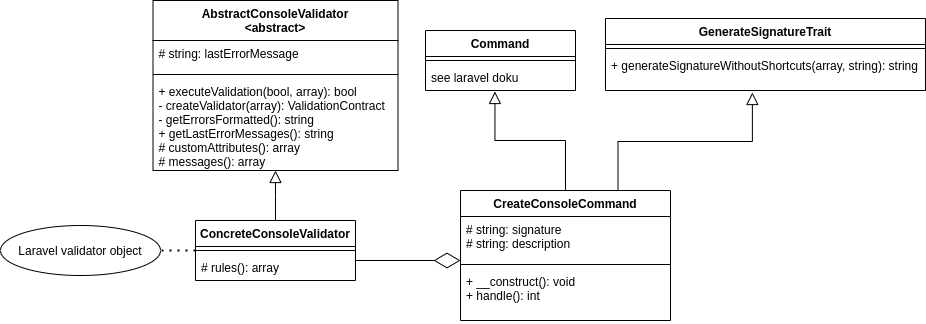
Above: images/class_diagram_accurately.png in wtl-oss/os-commandline-validation (draw.io), before the change. Source tidied: cells renumbered, new cells last; positions are measured from the earlier drawing's top-left corner, leaving out a move shared by most shapes. Its diagram source:
```xml
<mxGraphModel>
  <root>
    <mxCell id="0" />
    <mxCell id="1" parent="0" />
    <mxCell id="2" value="AbstractConsoleValidator&#10;&lt;abstract&gt;" style="swimlane;fontStyle=1;align=center;verticalAlign=top;horizontal=1;startSize=40;" parent="1" vertex="1">
      <mxGeometry x="152.5" width="245" height="170" as="geometry" />
    </mxCell>
    <mxCell id="3" value="# string: lastErrorMessage" style="text;strokeColor=none;fillColor=none;align=left;verticalAlign=top;spacingLeft=4;spacingRight=4;overflow=hidden;" parent="2" vertex="1">
      <mxGeometry y="40" width="245" height="30" as="geometry" />
    </mxCell>
    <mxCell id="4" style="line;strokeWidth=1;fillColor=none;align=left;verticalAlign=middle;spacingTop=-1;spacingLeft=3;spacingRight=3;labelPosition=right;" parent="2" vertex="1">
      <mxGeometry y="70" width="245" height="8" as="geometry" />
    </mxCell>
    <mxCell id="5" value="+ executeValidation(bool, array): bool&#10;- createValidator(array): ValidationContract&#10;- getErrorsFormatted(): string&#10;+ getLastErrorMessages(): string&#10;# customAttributes(): array&#10;# messages(): array" style="text;strokeColor=none;fillColor=none;align=left;verticalAlign=top;spacingLeft=4;spacingRight=4;overflow=hidden;points=[[0,0.5],[1,0.5]];portConstraint=eastwest;" parent="2" vertex="1">
      <mxGeometry y="78" width="245" height="92" as="geometry" />
    </mxCell>
    <mxCell id="6" value="GenerateSignatureTrait" style="swimlane;fontStyle=1;align=center;verticalAlign=top;horizontal=1;startSize=26;" parent="1" vertex="1">
      <mxGeometry x="605" y="18" width="320" height="72" as="geometry" />
    </mxCell>
    <mxCell id="7" style="line;strokeWidth=1;fillColor=none;align=left;verticalAlign=middle;spacingTop=-1;spacingLeft=3;spacingRight=3;labelPosition=right;" parent="6" vertex="1">
      <mxGeometry y="26" width="320" height="8" as="geometry" />
    </mxCell>
    <mxCell id="8" value="+ generateSignatureWithoutShortcuts(array, string): string" style="text;strokeColor=none;fillColor=none;align=left;verticalAlign=top;spacingLeft=4;spacingRight=4;overflow=hidden;points=[[0,0.5],[1,0.5]];portConstraint=eastwest;" parent="6" vertex="1">
      <mxGeometry y="34" width="320" height="38" as="geometry" />
    </mxCell>
    <mxCell id="9" value="CreateConsoleCommand" style="swimlane;fontStyle=1;align=center;verticalAlign=top;horizontal=1;startSize=26;" parent="1" vertex="1">
      <mxGeometry x="460" y="190" width="210" height="130" as="geometry" />
    </mxCell>
    <mxCell id="10" value="# string: signature&#10;# string: description" style="text;strokeColor=none;fillColor=none;align=left;verticalAlign=top;spacingLeft=4;spacingRight=4;overflow=hidden;" parent="9" vertex="1">
      <mxGeometry y="26" width="210" height="44" as="geometry" />
    </mxCell>
    <mxCell id="11" style="line;strokeWidth=1;fillColor=none;align=left;verticalAlign=middle;spacingTop=-1;spacingLeft=3;spacingRight=3;labelPosition=right;" parent="9" vertex="1">
      <mxGeometry y="70" width="210" height="8" as="geometry" />
    </mxCell>
    <mxCell id="12" value="+ __construct(): void&#10;+ handle(): int" style="text;strokeColor=none;fillColor=none;align=left;verticalAlign=top;spacingLeft=4;spacingRight=4;overflow=hidden;" parent="9" vertex="1">
      <mxGeometry y="78" width="210" height="52" as="geometry" />
    </mxCell>
    <mxCell id="13" value="ConcreteConsoleValidator" style="swimlane;fontStyle=1;align=center;verticalAlign=top;horizontal=1;startSize=26;" parent="1" vertex="1">
      <mxGeometry x="195" y="220" width="160" height="60" as="geometry" />
    </mxCell>
    <mxCell id="14" style="line;strokeWidth=1;fillColor=none;align=left;verticalAlign=middle;spacingTop=-1;spacingLeft=3;spacingRight=3;labelPosition=right;" parent="13" vertex="1">
      <mxGeometry y="26" width="160" height="8" as="geometry" />
    </mxCell>
    <mxCell id="15" value="# rules(): array" style="text;strokeColor=none;fillColor=none;align=left;verticalAlign=top;spacingLeft=4;spacingRight=4;overflow=hidden;" parent="13" vertex="1">
      <mxGeometry y="34" width="160" height="26" as="geometry" />
    </mxCell>
    <mxCell id="16" style="endArrow=block;endSize=10;endFill=0;shadow=0;strokeWidth=1;rounded=0;edgeStyle=elbowEdgeStyle;elbow=vertical;exitX=0.5;exitY=0;exitDx=0;exitDy=0;" parent="1" edge="1" source="13" target="5">
      <mxGeometry relative="1" as="geometry" />
    </mxCell>
    <mxCell id="17" value="Command" style="swimlane;fontStyle=1;align=center;verticalAlign=top;horizontal=1;startSize=26;" parent="1" vertex="1">
      <mxGeometry x="425" y="30" width="150" height="60" as="geometry" />
    </mxCell>
    <mxCell id="18" style="line;strokeWidth=1;fillColor=none;align=left;verticalAlign=middle;spacingTop=-1;spacingLeft=3;spacingRight=3;labelPosition=right;" parent="17" vertex="1">
      <mxGeometry y="26" width="150" height="8" as="geometry" />
    </mxCell>
    <mxCell id="19" value="see laravel doku" style="text;strokeColor=none;fillColor=none;align=left;verticalAlign=top;spacingLeft=4;spacingRight=4;overflow=hidden;points=[[0,0.5],[1,0.5]];portConstraint=eastwest;" parent="17" vertex="1">
      <mxGeometry y="34" width="150" height="26" as="geometry" />
    </mxCell>
    <mxCell id="20" style="endArrow=block;endSize=10;endFill=0;shadow=0;strokeWidth=1;rounded=0;edgeStyle=elbowEdgeStyle;elbow=vertical;exitX=0.5;exitY=0;exitDx=0;exitDy=0;entryX=0.463;entryY=1.038;entryDx=0;entryDy=0;entryPerimeter=0;" parent="1" edge="1" source="9" target="19">
      <mxGeometry relative="1" as="geometry" />
    </mxCell>
    <mxCell id="21" style="endArrow=block;endSize=10;endFill=0;shadow=0;strokeWidth=1;rounded=0;edgeStyle=elbowEdgeStyle;elbow=vertical;entryX=0.459;entryY=1.053;entryDx=0;entryDy=0;entryPerimeter=0;exitX=0.75;exitY=0;exitDx=0;exitDy=0;" parent="1" edge="1" source="9" target="8">
      <mxGeometry relative="1" as="geometry" />
    </mxCell>
    <mxCell id="22" style="endArrow=none;dashed=1;html=1;dashPattern=1 3;strokeWidth=2;exitX=0;exitY=0.5;exitDx=0;exitDy=0;entryX=1;entryY=0.5;entryDx=0;entryDy=0;" parent="1" edge="1" source="13" target="23">
      <mxGeometry relative="1" as="geometry" />
    </mxCell>
    <mxCell id="23" value="Laravel validator object" style="ellipse;whiteSpace=wrap;html=1;" parent="1" vertex="1">
      <mxGeometry y="225" width="160" height="50" as="geometry" />
    </mxCell>
    <mxCell id="24" style="endArrow=diamondThin;endFill=0;endSize=24;html=1;" parent="1" edge="1">
      <mxGeometry relative="1" as="geometry">
        <mxPoint x="355" y="260" as="sourcePoint" />
        <mxPoint x="460" y="260" as="targetPoint" />
      </mxGeometry>
    </mxCell>
  </root>
</mxGraphModel>
```
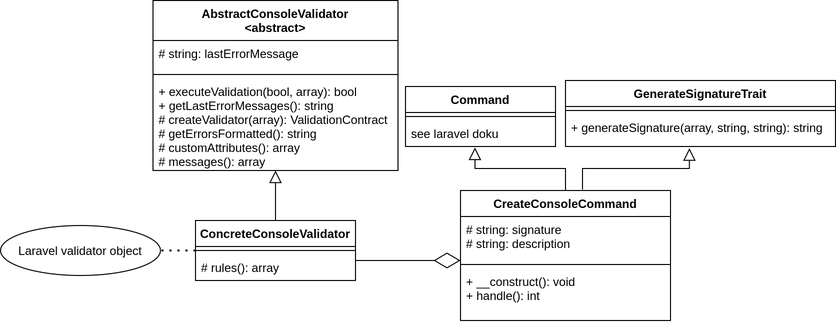
After the change.

Commit message:
upload updated class diagrams

The edit, as a diff of the source:
```diff
@@ -11,17 +11,17 @@
     <mxCell id="4" style="line;strokeWidth=1;fillColor=none;align=left;verticalAlign=middle;spacingTop=-1;spacingLeft=3;spacingRight=3;labelPosition=right;" parent="2" vertex="1">
       <mxGeometry y="70" width="245" height="8" as="geometry" />
     </mxCell>
-    <mxCell id="5" value="+ executeValidation(bool, array): bool&#10;- createValidator(array): ValidationContract&#10;- getErrorsFormatted(): string&#10;+ getLastErrorMessages(): string&#10;# customAttributes(): array&#10;# messages(): array" style="text;strokeColor=none;fillColor=none;align=left;verticalAlign=top;spacingLeft=4;spacingRight=4;overflow=hidden;points=[[0,0.5],[1,0.5]];portConstraint=eastwest;" parent="2" vertex="1">
+    <mxCell id="5" value="+ executeValidation(bool, array): bool&#10;+ getLastErrorMessages(): string&#10;# createValidator(array): ValidationContract&#10;# getErrorsFormatted(): string&#10;# customAttributes(): array&#10;# messages(): array" style="text;strokeColor=none;fillColor=none;align=left;verticalAlign=top;spacingLeft=4;spacingRight=4;overflow=hidden;points=[[0,0.5],[1,0.5]];portConstraint=eastwest;" parent="2" vertex="1">
       <mxGeometry y="78" width="245" height="92" as="geometry" />
     </mxCell>
     <mxCell id="6" value="GenerateSignatureTrait" style="swimlane;fontStyle=1;align=center;verticalAlign=top;horizontal=1;startSize=26;" parent="1" vertex="1">
-      <mxGeometry x="605" y="18" width="320" height="72" as="geometry" />
+      <mxGeometry x="565" y="80" width="270" height="66" as="geometry" />
     </mxCell>
     <mxCell id="7" style="line;strokeWidth=1;fillColor=none;align=left;verticalAlign=middle;spacingTop=-1;spacingLeft=3;spacingRight=3;labelPosition=right;" parent="6" vertex="1">
-      <mxGeometry y="26" width="320" height="8" as="geometry" />
+      <mxGeometry y="26" width="270" height="8" as="geometry" />
     </mxCell>
-    <mxCell id="8" value="+ generateSignatureWithoutShortcuts(array, string): string" style="text;strokeColor=none;fillColor=none;align=left;verticalAlign=top;spacingLeft=4;spacingRight=4;overflow=hidden;points=[[0,0.5],[1,0.5]];portConstraint=eastwest;" parent="6" vertex="1">
-      <mxGeometry y="34" width="320" height="38" as="geometry" />
+    <mxCell id="8" value="+ generateSignature(array, string, string): string" style="text;strokeColor=none;fillColor=none;align=left;verticalAlign=top;spacingLeft=4;spacingRight=4;overflow=hidden;points=[[0,0.5],[1,0.5]];portConstraint=eastwest;" parent="6" vertex="1">
+      <mxGeometry y="34" width="270" height="32" as="geometry" />
     </mxCell>
     <mxCell id="9" value="CreateConsoleCommand" style="swimlane;fontStyle=1;align=center;verticalAlign=top;horizontal=1;startSize=26;" parent="1" vertex="1">
       <mxGeometry x="460" y="190" width="210" height="130" as="geometry" />
@@ -48,7 +48,7 @@
       <mxGeometry relative="1" as="geometry" />
     </mxCell>
     <mxCell id="17" value="Command" style="swimlane;fontStyle=1;align=center;verticalAlign=top;horizontal=1;startSize=26;" parent="1" vertex="1">
-      <mxGeometry x="425" y="30" width="150" height="60" as="geometry" />
+      <mxGeometry x="405" y="86" width="150" height="60" as="geometry" />
     </mxCell>
     <mxCell id="18" style="line;strokeWidth=1;fillColor=none;align=left;verticalAlign=middle;spacingTop=-1;spacingLeft=3;spacingRight=3;labelPosition=right;" parent="17" vertex="1">
       <mxGeometry y="26" width="150" height="8" as="geometry" />
@@ -59,7 +59,7 @@
     <mxCell id="20" style="endArrow=block;endSize=10;endFill=0;shadow=0;strokeWidth=1;rounded=0;edgeStyle=elbowEdgeStyle;elbow=vertical;exitX=0.5;exitY=0;exitDx=0;exitDy=0;entryX=0.463;entryY=1.038;entryDx=0;entryDy=0;entryPerimeter=0;" parent="1" edge="1" source="9" target="19">
       <mxGeometry relative="1" as="geometry" />
     </mxCell>
-    <mxCell id="21" style="endArrow=block;endSize=10;endFill=0;shadow=0;strokeWidth=1;rounded=0;edgeStyle=elbowEdgeStyle;elbow=vertical;entryX=0.459;entryY=1.053;entryDx=0;entryDy=0;entryPerimeter=0;exitX=0.75;exitY=0;exitDx=0;exitDy=0;" parent="1" edge="1" source="9" target="8">
+    <mxCell id="21" style="endArrow=block;endSize=10;endFill=0;shadow=0;strokeWidth=1;rounded=0;edgeStyle=elbowEdgeStyle;elbow=vertical;entryX=0.459;entryY=1.053;entryDx=0;entryDy=0;entryPerimeter=0;exitX=0.581;exitY=-0.008;exitDx=0;exitDy=0;exitPerimeter=0;" parent="1" edge="1" source="9" target="8">
       <mxGeometry relative="1" as="geometry" />
     </mxCell>
     <mxCell id="22" style="endArrow=none;dashed=1;html=1;dashPattern=1 3;strokeWidth=2;exitX=0;exitY=0.5;exitDx=0;exitDy=0;entryX=1;entryY=0.5;entryDx=0;entryDy=0;" parent="1" edge="1" source="13" target="23">
```
